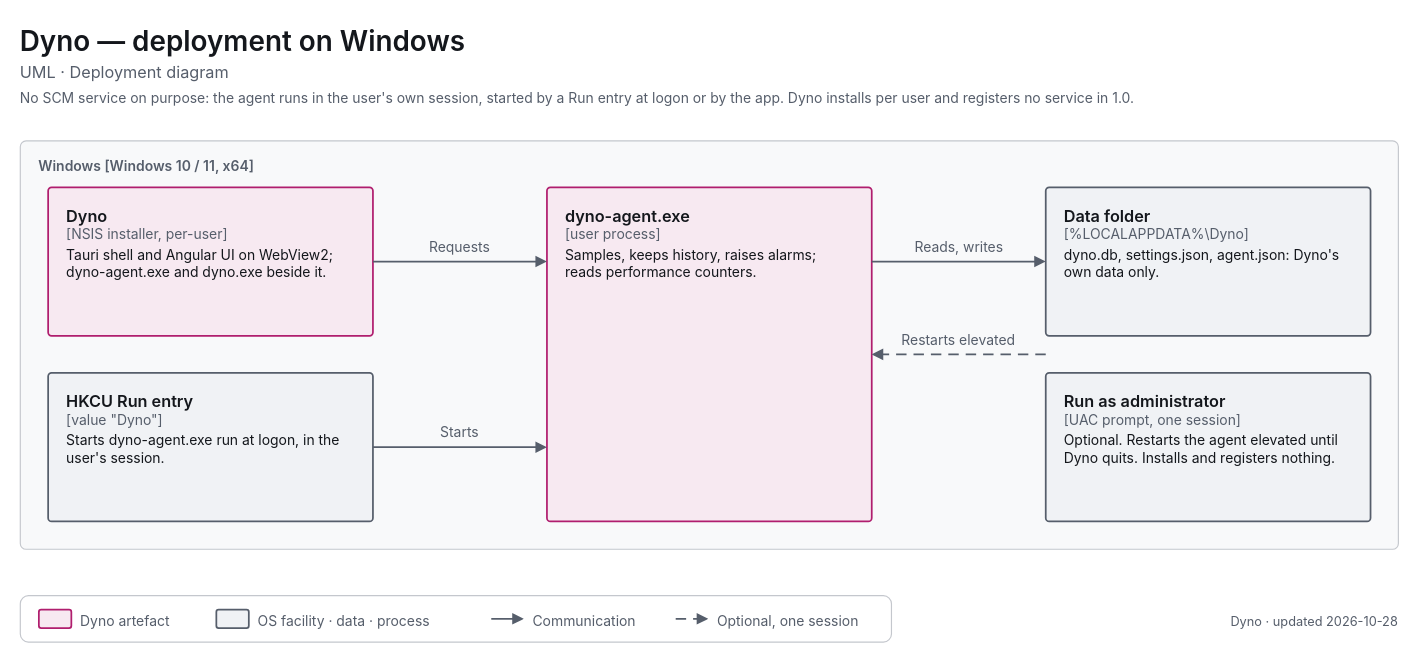
This is apps/dyno/diagrams/uml-deployment-windows.drawio from decryp7/paddock, a draw.io file, before an edit. Source tidied: cells renumbered, new cells numbered last; positions are measured from the earlier drawing's top-left corner, leaving out a move shared by most shapes. Both pictures are drawn from the tidied source at 116%, with x=0, y=0 at pixel (20, 20).
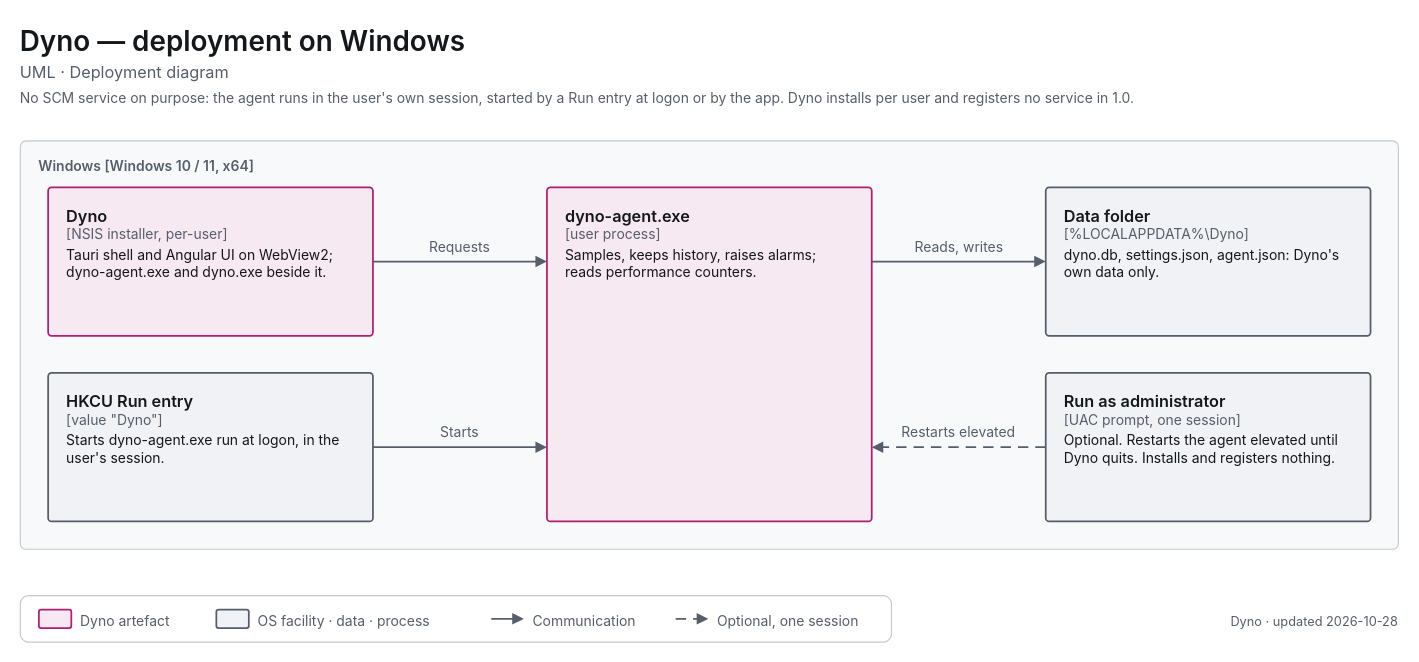
Above is the later version.

Unchanged cells that the change refers to:
```xml
<mxCell id="8" value="&lt;span style=&quot;font-size:14px;font-weight:600&quot;&gt;dyno-agent.exe&lt;/span&gt;&lt;br&gt;&lt;span style=&quot;font-size:12px;color:light-dark(#565E6B,#A0A7B2)&quot;&gt;[user process]&lt;/span&gt;&lt;br&gt;&lt;div style=&quot;margin-top:4px;font-size:12px&quot;&gt;Samples, keeps history, raises alarms; reads performance counters.&lt;/div&gt;" style="html=1;whiteSpace=wrap;fontFamily=-apple-system,BlinkMacSystemFont,Segoe UI,system-ui,sans-serif;fontSize=12;fontColor=light-dark(#14171C,#ECEEF1);rounded=1;absoluteArcSize=1;arcSize=6;strokeWidth=1.5;strokeColor=light-dark(#B01E6E,#F063A8);fillColor=light-dark(#F7E9F1,#382332);align=left;verticalAlign=top;spacingLeft=14;spacingRight=14;spacingTop=10;spacingBottom=8;" parent="1" vertex="1">
  <mxGeometry x="454" y="144" width="280" height="288" as="geometry" />
</mxCell>
<mxCell id="10" value="&lt;span style=&quot;font-size:14px;font-weight:600&quot;&gt;Run as administrator&lt;/span&gt;&lt;br&gt;&lt;span style=&quot;font-size:12px;color:light-dark(#565E6B,#A0A7B2)&quot;&gt;[UAC prompt, one session]&lt;/span&gt;&lt;br&gt;&lt;div style=&quot;margin-top:4px;font-size:12px&quot;&gt;Optional. Restarts the agent elevated until Dyno quits. Installs and registers nothing.&lt;/div&gt;" style="html=1;whiteSpace=wrap;fontFamily=-apple-system,BlinkMacSystemFont,Segoe UI,system-ui,sans-serif;fontSize=12;fontColor=light-dark(#14171C,#ECEEF1);rounded=1;absoluteArcSize=1;arcSize=6;strokeWidth=1.5;strokeColor=light-dark(#565E6B,#A0A7B2);fillColor=light-dark(#F0F2F5,#1B1E23);align=left;verticalAlign=top;spacingLeft=14;spacingRight=14;spacingTop=10;spacingBottom=8;" parent="1" vertex="1">
  <mxGeometry x="884" y="304" width="280" height="128" as="geometry" />
</mxCell>
```

What changed in the source:
```diff
@@
-    <mxCell id="17" style="edgeStyle=orthogonalEdgeStyle;rounded=1;arcSize=8;jettySize=auto;html=1;strokeWidth=1.5;strokeColor=light-dark(#565E6B,#A0A7B2);endArrow=block;endFill=1;endSize=6;startArrow=none;startFill=0;startSize=8;dashed=1;dashPattern=6 4;exitX=0.0000;exitY=-0.1250;exitDx=0;exitDy=0;exitPerimeter=0;entryX=1.0000;entryY=0.5000;entryDx=0;entryDy=0;entryPerimeter=0;" parent="1" edge="1" source="10" target="8">
+    <mxCell id="17" style="edgeStyle=orthogonalEdgeStyle;rounded=1;arcSize=8;jettySize=auto;html=1;strokeWidth=1.5;strokeColor=light-dark(#565E6B,#A0A7B2);endArrow=block;endFill=1;endSize=6;startArrow=none;startFill=0;startSize=8;dashed=1;dashPattern=6 4;exitX=0.0000;exitY=0.5000;exitDx=0;exitDy=0;exitPerimeter=0;entryX=1.0000;entryY=0.7778;entryDx=0;entryDy=0;entryPerimeter=0;" parent="1" edge="1" source="10" target="8">
       <mxGeometry relative="1" as="geometry" />
     </mxCell>
     <mxCell id="18" value="&lt;span style=&quot;font-size:12px;font-weight:400&quot;&gt;Restarts elevated&lt;/span&gt;" style="html=1;whiteSpace=wrap;fontFamily=-apple-system,BlinkMacSystemFont,Segoe UI,system-ui,sans-serif;fontSize=12;fontColor=light-dark(#14171C,#ECEEF1);text;strokeColor=none;fillColor=none;align=center;verticalAlign=top;spacing=0;fontColor=light-dark(#565E6B,#A0A7B2);" parent="1" vertex="1">
-      <mxGeometry x="748" y="264" width="122" height="18" as="geometry" />
+      <mxGeometry x="748" y="344" width="122" height="18" as="geometry" />
     </mxCell>
```
